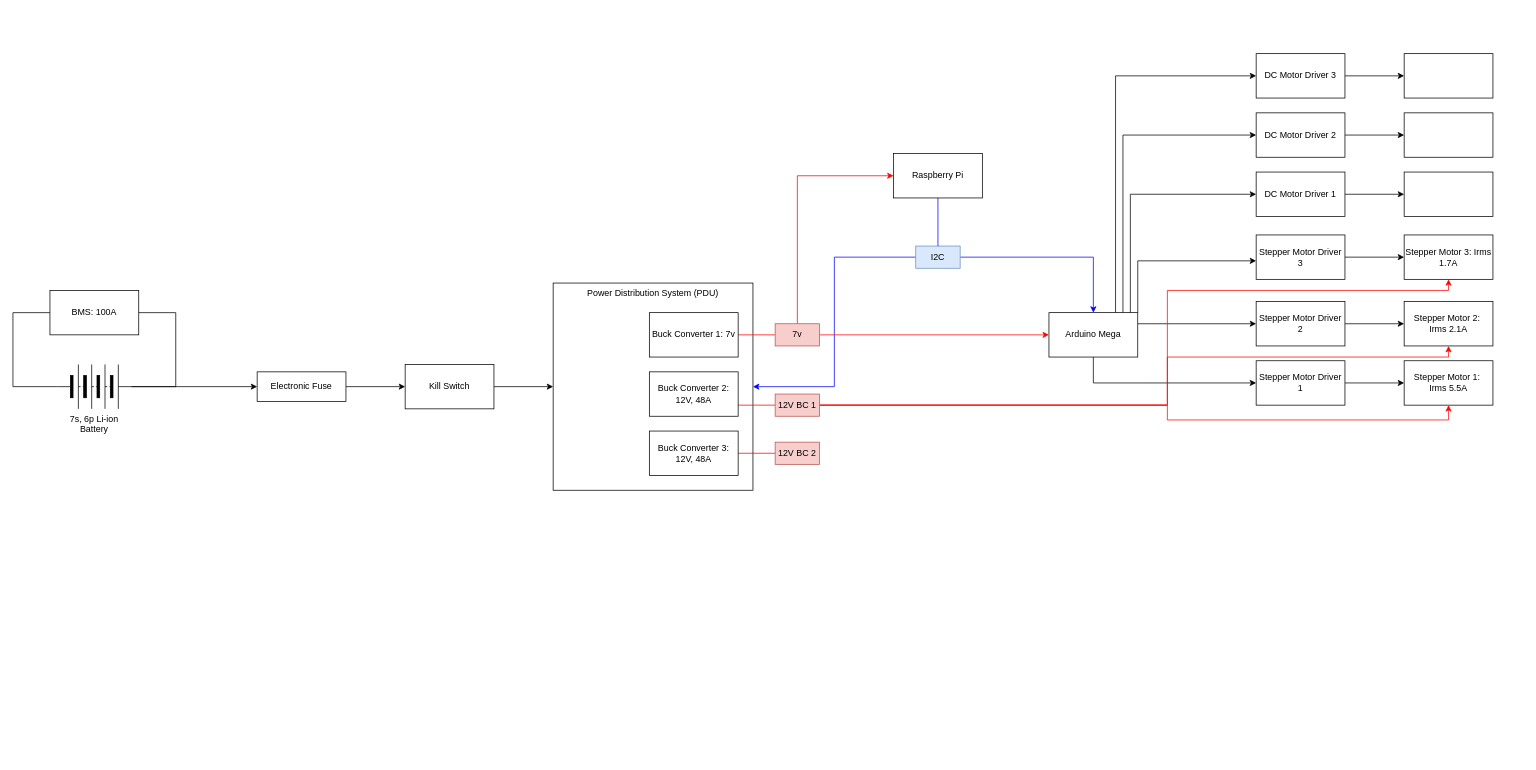
Above: Circuit-Diagram.drawio in Uvic-Robotics-Club/Circuit-Diagram (draw.io), before the change. Source tidied: cells renumbered, new cells numbered last; positions are measured from the earlier drawing's top-left corner, leaving out a move shared by most shapes. Both pictures are drawn from the tidied source at 74%, with x=0, y=0 at pixel (13, 53).
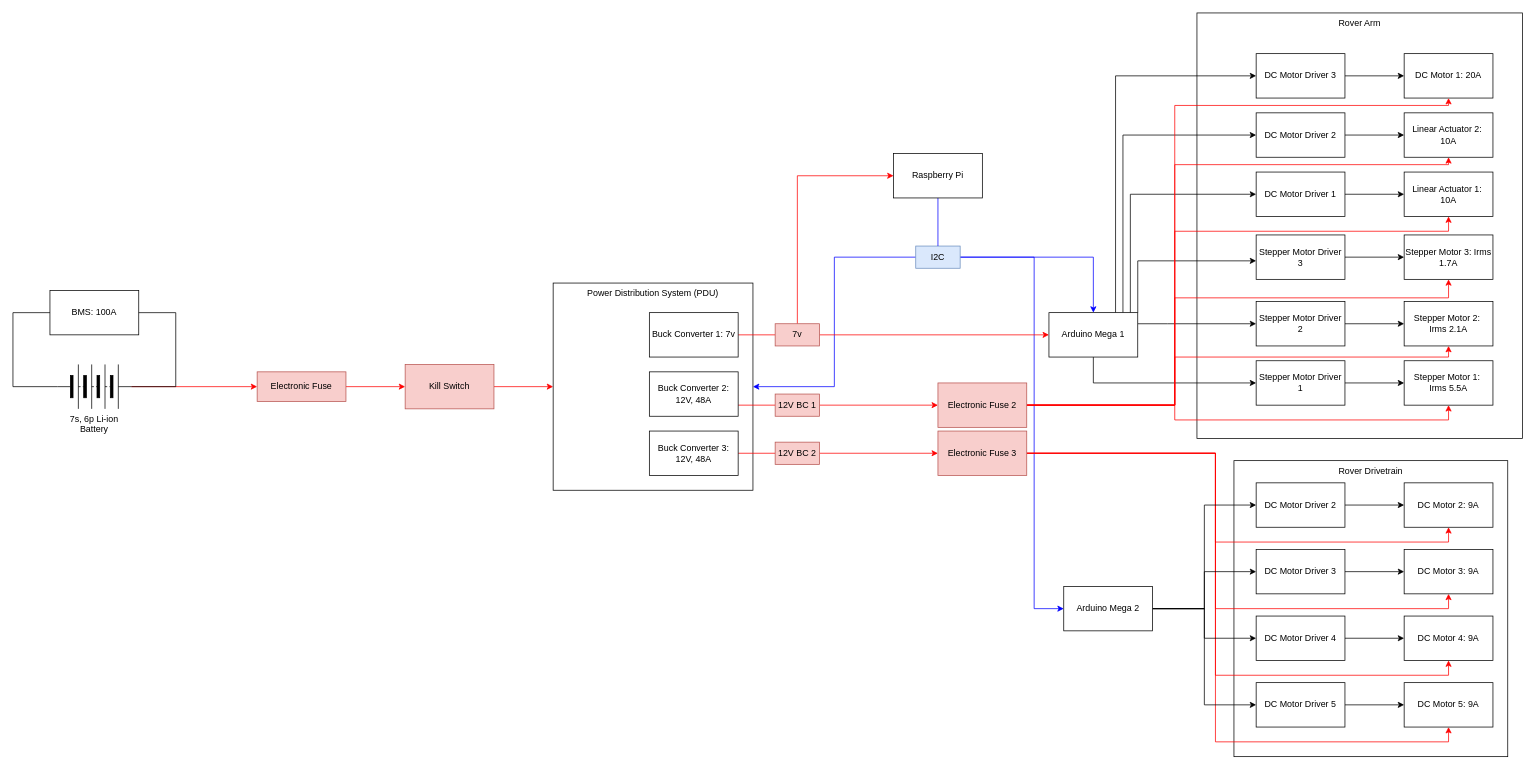
The same diagram, later.

Unchanged cells that the change refers to:
```xml
<mxCell id="5" value="7s, 6p Li-ion Battery" style="verticalLabelPosition=bottom;shadow=0;dashed=0;align=center;html=1;verticalAlign=top;shape=mxgraph.electrical.miscellaneous.batteryStack;whiteSpace=wrap;" parent="1" vertex="1">
  <mxGeometry x="60" y="420" width="100" height="60" as="geometry" />
</mxCell>
<mxCell id="13" value="Power Distribution System (PDU)" style="whiteSpace=wrap;html=1;shadow=0;dashed=0;verticalAlign=top;" parent="1" vertex="1">
  <mxGeometry x="730" y="310" width="270" height="280" as="geometry" />
</mxCell>
<mxCell id="20" value="Stepper Motor 1:&amp;nbsp; Irms 5.5A" style="whiteSpace=wrap;html=1;rounded=0;" parent="1" vertex="1">
  <mxGeometry x="1880" y="415" width="120" height="60" as="geometry" />
</mxCell>
<mxCell id="23" value="I2C" style="text;html=1;strokeColor=#6c8ebf;fillColor=#dae8fc;align=center;verticalAlign=middle;whiteSpace=wrap;rounded=0;" parent="1" vertex="1">
  <mxGeometry x="1220" y="260" width="60" height="30" as="geometry" />
</mxCell>
<mxCell id="39" value="12V BC 1" style="text;html=1;strokeColor=#b85450;fillColor=#f8cecc;align=center;verticalAlign=middle;whiteSpace=wrap;rounded=0;" parent="1" vertex="1">
  <mxGeometry x="1030" y="460" width="60" height="30" as="geometry" />
</mxCell>
<mxCell id="40" value="12V BC 2" style="text;html=1;strokeColor=#b85450;fillColor=#f8cecc;align=center;verticalAlign=middle;whiteSpace=wrap;rounded=0;" parent="1" vertex="1">
  <mxGeometry x="1030" y="525" width="60" height="30" as="geometry" />
</mxCell>
<mxCell id="43" value="Stepper Motor 2:&amp;nbsp; Irms 2.1A" style="whiteSpace=wrap;html=1;rounded=0;" parent="1" vertex="1">
  <mxGeometry x="1880" y="335" width="120" height="60" as="geometry" />
</mxCell>
<mxCell id="46" value="Stepper Motor 3: Irms 1.7A" style="whiteSpace=wrap;html=1;rounded=0;" parent="1" vertex="1">
  <mxGeometry x="1880" y="245" width="120" height="60" as="geometry" />
</mxCell>
<mxCell id="50" value="DC Motor Driver 2" style="whiteSpace=wrap;html=1;rounded=0;" parent="1" vertex="1">
  <mxGeometry x="1680" y="80" width="120" height="60" as="geometry" />
</mxCell>
<mxCell id="52" value="DC Motor Driver 3" style="whiteSpace=wrap;html=1;rounded=0;" parent="1" vertex="1">
  <mxGeometry x="1680" width="120" height="60" as="geometry" />
</mxCell>
```

The edit, as a diff of the source:
```diff
@@
+    <mxCell id="56" value="Rover Drivetrain" style="rounded=0;whiteSpace=wrap;html=1;fontColor=#000000;verticalAlign=top;" parent="1" vertex="1">
+      <mxGeometry x="1650" y="550" width="370" height="400" as="geometry" />
+    </mxCell>
+    <mxCell id="57" value="Rover Arm" style="rounded=0;whiteSpace=wrap;html=1;verticalAlign=top;" parent="1" vertex="1">
+      <mxGeometry x="1600" y="-55" width="440" height="575" as="geometry" />
+    </mxCell>
@@
-    <mxCell id="4" style="edgeStyle=orthogonalEdgeStyle;rounded=0;jettySize=auto;html=1;" parent="1" edge="1" source="5" target="10">
+    <mxCell id="4" style="edgeStyle=orthogonalEdgeStyle;rounded=0;jettySize=auto;html=1;fontColor=#FF0000;strokeColor=#FF0000;" parent="1" edge="1" source="5" target="10">
       <mxGeometry relative="1" as="geometry" />
     </mxCell>
@@
-    <mxCell id="9" style="edgeStyle=orthogonalEdgeStyle;rounded=0;jettySize=auto;html=1;" parent="1" edge="1" source="10" target="12">
+    <mxCell id="9" style="edgeStyle=orthogonalEdgeStyle;rounded=0;jettySize=auto;html=1;strokeColor=#FF0000;" parent="1" edge="1" source="10" target="12">
       <mxGeometry relative="1" as="geometry" />
     </mxCell>
-    <mxCell id="10" value="Electronic Fuse" style="whiteSpace=wrap;verticalAlign=middle;shadow=0;dashed=0;" parent="1" vertex="1">
+    <mxCell id="10" value="Electronic Fuse" style="whiteSpace=wrap;verticalAlign=middle;shadow=0;dashed=0;fillColor=#f8cecc;strokeColor=#b85450;" parent="1" vertex="1">
       <mxGeometry x="330" y="430" width="120" height="40" as="geometry" />
     </mxCell>
-    <mxCell id="11" style="edgeStyle=orthogonalEdgeStyle;rounded=0;jettySize=auto;html=1;" parent="1" edge="1" source="12" target="13">
+    <mxCell id="11" style="edgeStyle=orthogonalEdgeStyle;rounded=0;jettySize=auto;html=1;strokeColor=#FF0000;" parent="1" edge="1" source="12" target="13">
       <mxGeometry relative="1" as="geometry" />
     </mxCell>
-    <mxCell id="12" value="Kill Switch" style="whiteSpace=wrap;html=1;verticalAlign=middle;shadow=0;dashed=0;" parent="1" vertex="1">
+    <mxCell id="12" value="Kill Switch" style="whiteSpace=wrap;html=1;verticalAlign=middle;shadow=0;dashed=0;fillColor=#f8cecc;strokeColor=#b85450;" parent="1" vertex="1">
       <mxGeometry x="530" y="420" width="120" height="60" as="geometry" />
     </mxCell>
@@
+    <mxCell id="58" style="edgeStyle=orthogonalEdgeStyle;rounded=0;jettySize=auto;html=1;entryX=0;entryY=0.5;entryDx=0;entryDy=0;fontColor=#FF0000;strokeColor=#0000FF;" parent="1" edge="1" source="23" target="89">
+      <mxGeometry relative="1" as="geometry">
+        <Array as="points">
+          <mxPoint x="1380" y="275" />
+          <mxPoint x="1380" y="750" />
+        </Array>
+      </mxGeometry>
+    </mxCell>
@@
+    <mxCell id="31" style="edgeStyle=orthogonalEdgeStyle;rounded=0;jettySize=auto;html=1;startArrow=none;startFill=0;endArrow=classic;endFill=1;strokeColor=#000000;" parent="1" edge="1" source="32" target="52">
+      <mxGeometry relative="1" as="geometry">
+        <Array as="points">
+          <mxPoint x="1490" y="30" />
+        </Array>
+      </mxGeometry>
+    </mxCell>
-    <mxCell id="30" style="edgeStyle=orthogonalEdgeStyle;rounded=0;jettySize=auto;html=1;startArrow=none;startFill=0;endArrow=classic;endFill=1;strokeColor=#000000;" parent="1" edge="1" source="32" target="50">
+    <mxCell id="30" style="edgeStyle=orthogonalEdgeStyle;rounded=0;jettySize=auto;html=1;entryX=0;entryY=0.5;entryDx=0;entryDy=0;fontColor=#FF0000;strokeColor=#000000;" parent="1" edge="1" source="32" target="50">
       <mxGeometry relative="1" as="geometry">
         <Array as="points">
           <mxPoint x="1500" y="110" />
         </Array>
       </mxGeometry>
     </mxCell>
-    <mxCell id="31" style="edgeStyle=orthogonalEdgeStyle;rounded=0;jettySize=auto;html=1;startArrow=none;startFill=0;endArrow=classic;endFill=1;strokeColor=#000000;" parent="1" edge="1" source="32" target="52">
-      <mxGeometry relative="1" as="geometry">
-        <Array as="points">
-          <mxPoint x="1490" y="30" />
-        </Array>
-      </mxGeometry>
-    </mxCell>
-    <mxCell id="32" value="Arduino Mega" style="whiteSpace=wrap;html=1;rounded=0;" parent="1" vertex="1">
+    <mxCell id="32" value="Arduino Mega 1" style="whiteSpace=wrap;html=1;rounded=0;" parent="1" vertex="1">
       <mxGeometry x="1400" y="350" width="120" height="60" as="geometry" />
     </mxCell>
@@
-    <mxCell id="36" style="edgeStyle=orthogonalEdgeStyle;rounded=0;jettySize=auto;html=1;entryX=0.5;entryY=1;entryDx=0;entryDy=0;startArrow=none;startFill=0;endArrow=classic;endFill=1;strokeColor=#FF0000;" parent="1" edge="1" source="39" target="20">
-      <mxGeometry relative="1" as="geometry">
-        <Array as="points">
-          <mxPoint x="1560" y="475" />
-          <mxPoint x="1560" y="495" />
-          <mxPoint x="1940" y="495" />
-        </Array>
-      </mxGeometry>
-    </mxCell>
-    <mxCell id="37" style="edgeStyle=orthogonalEdgeStyle;rounded=0;jettySize=auto;html=1;startArrow=none;startFill=0;endArrow=classic;endFill=1;strokeColor=#FF0000;entryX=0.5;entryY=1;entryDx=0;entryDy=0;" parent="1" edge="1" source="39" target="43">
-      <mxGeometry relative="1" as="geometry">
-        <Array as="points">
-          <mxPoint x="1560" y="475" />
-          <mxPoint x="1560" y="410" />
-          <mxPoint x="1940" y="410" />
-        </Array>
-      </mxGeometry>
-    </mxCell>
-    <mxCell id="38" style="edgeStyle=orthogonalEdgeStyle;rounded=0;jettySize=auto;html=1;entryX=0.5;entryY=1;entryDx=0;entryDy=0;startArrow=none;startFill=0;endArrow=classic;endFill=1;strokeColor=#FF0000;" parent="1" edge="1" source="39" target="46">
-      <mxGeometry relative="1" as="geometry">
-        <Array as="points">
-          <mxPoint x="1560" y="475" />
-          <mxPoint x="1560" y="320" />
-          <mxPoint x="1940" y="320" />
-        </Array>
-      </mxGeometry>
-    </mxCell>
+    <mxCell id="59" style="edgeStyle=orthogonalEdgeStyle;rounded=0;jettySize=auto;html=1;entryX=0;entryY=0.5;entryDx=0;entryDy=0;fontColor=#FF0000;strokeColor=#FF0000;" parent="1" edge="1" source="39" target="73">
+      <mxGeometry relative="1" as="geometry" />
+    </mxCell>
@@
+    <mxCell id="60" style="edgeStyle=orthogonalEdgeStyle;rounded=0;jettySize=auto;html=1;entryX=0;entryY=0.5;entryDx=0;entryDy=0;fontColor=#FF0000;strokeColor=#FF0000;" parent="1" edge="1" source="40" target="78">
+      <mxGeometry relative="1" as="geometry" />
+    </mxCell>
@@
-    <mxCell id="53" style="whiteSpace=wrap;html=1;rounded=0;" parent="1" vertex="1">
+    <mxCell id="53" value="Linear Actuator 1:&amp;nbsp; 10A" style="whiteSpace=wrap;html=1;rounded=0;" parent="1" vertex="1">
       <mxGeometry x="1880" y="160" width="120" height="60" as="geometry" />
     </mxCell>
-    <mxCell id="54" style="whiteSpace=wrap;html=1;rounded=0;" parent="1" vertex="1">
+    <mxCell id="54" value="Linear Actuator 2:&amp;nbsp; 10A" style="whiteSpace=wrap;html=1;rounded=0;" parent="1" vertex="1">
       <mxGeometry x="1880" y="80" width="120" height="60" as="geometry" />
     </mxCell>
-    <mxCell id="55" style="whiteSpace=wrap;html=1;rounded=0;" parent="1" vertex="1">
+    <mxCell id="55" value="DC Motor 1: 20A" style="whiteSpace=wrap;html=1;rounded=0;" parent="1" vertex="1">
       <mxGeometry x="1880" width="120" height="60" as="geometry" />
     </mxCell>
+    <mxCell id="61" style="edgeStyle=orthogonalEdgeStyle;rounded=0;jettySize=auto;html=1;fontColor=#FF0000;strokeColor=#000000;" parent="1" edge="1" source="62" target="81">
+      <mxGeometry relative="1" as="geometry" />
+    </mxCell>
+    <mxCell id="62" value="DC Motor Driver 2" style="rounded=0;whiteSpace=wrap;html=1;" parent="1" vertex="1">
+      <mxGeometry x="1680" y="580" width="120" height="60" as="geometry" />
+    </mxCell>
+    <mxCell id="63" style="edgeStyle=orthogonalEdgeStyle;rounded=0;jettySize=auto;html=1;fontColor=#FF0000;strokeColor=#000000;" parent="1" edge="1" source="64" target="82">
+      <mxGeometry relative="1" as="geometry" />
+    </mxCell>
+    <mxCell id="64" value="DC Motor Driver 3" style="rounded=0;whiteSpace=wrap;html=1;" parent="1" vertex="1">
+      <mxGeometry x="1680" y="670" width="120" height="60" as="geometry" />
+    </mxCell>
+    <mxCell id="65" style="edgeStyle=orthogonalEdgeStyle;rounded=0;jettySize=auto;html=1;fontColor=#FF0000;strokeColor=#000000;" parent="1" edge="1" source="66" target="83">
+      <mxGeometry relative="1" as="geometry" />
+    </mxCell>
+    <mxCell id="66" value="DC Motor Driver 4" style="rounded=0;whiteSpace=wrap;html=1;" parent="1" vertex="1">
+      <mxGeometry x="1680" y="760" width="120" height="60" as="geometry" />
+    </mxCell>
+    <mxCell id="67" style="edgeStyle=orthogonalEdgeStyle;rounded=0;jettySize=auto;html=1;entryX=0.5;entryY=1;entryDx=0;entryDy=0;fontColor=#FF0000;strokeColor=#FF0000;" parent="1" edge="1" source="73" target="20">
+      <mxGeometry relative="1" as="geometry">
+        <Array as="points">
+          <mxPoint x="1570" y="475" />
+          <mxPoint x="1570" y="495" />
+          <mxPoint x="1940" y="495" />
+        </Array>
+      </mxGeometry>
+    </mxCell>
+    <mxCell id="68" style="edgeStyle=orthogonalEdgeStyle;rounded=0;jettySize=auto;html=1;entryX=0.5;entryY=1;entryDx=0;entryDy=0;fontColor=#FF0000;strokeColor=#FF0000;" parent="1" edge="1" source="73" target="43">
+      <mxGeometry relative="1" as="geometry">
+        <Array as="points">
+          <mxPoint x="1570" y="475" />
+          <mxPoint x="1570" y="410" />
+          <mxPoint x="1940" y="410" />
+        </Array>
+      </mxGeometry>
+    </mxCell>
+    <mxCell id="69" style="edgeStyle=orthogonalEdgeStyle;rounded=0;jettySize=auto;html=1;entryX=0.5;entryY=1;entryDx=0;entryDy=0;fontColor=#FF0000;strokeColor=#FF0000;" parent="1" edge="1" source="73" target="46">
+      <mxGeometry relative="1" as="geometry">
+        <Array as="points">
+          <mxPoint x="1570" y="475" />
+          <mxPoint x="1570" y="330" />
+          <mxPoint x="1940" y="330" />
+        </Array>
+      </mxGeometry>
+    </mxCell>
+    <mxCell id="70" style="edgeStyle=orthogonalEdgeStyle;rounded=0;jettySize=auto;html=1;entryX=0.5;entryY=1;entryDx=0;entryDy=0;fontColor=#FF0000;strokeColor=#FF0000;" parent="1" edge="1" source="73" target="53">
+      <mxGeometry relative="1" as="geometry">
+        <Array as="points">
+          <mxPoint x="1570" y="475" />
+          <mxPoint x="1570" y="240" />
+          <mxPoint x="1940" y="240" />
+        </Array>
+      </mxGeometry>
+    </mxCell>
+    <mxCell id="71" style="edgeStyle=orthogonalEdgeStyle;rounded=0;jettySize=auto;html=1;entryX=0.5;entryY=1;entryDx=0;entryDy=0;fontColor=#FF0000;strokeColor=#FF0000;" parent="1" edge="1" source="73" target="54">
+      <mxGeometry relative="1" as="geometry">
+        <Array as="points">
+          <mxPoint x="1570" y="475" />
+          <mxPoint x="1570" y="150" />
+          <mxPoint x="1940" y="150" />
+        </Array>
+      </mxGeometry>
+    </mxCell>
+    <mxCell id="72" style="edgeStyle=orthogonalEdgeStyle;rounded=0;jettySize=auto;html=1;entryX=0.5;entryY=1;entryDx=0;entryDy=0;fontColor=#FF0000;strokeColor=#FF0000;" parent="1" edge="1" source="73" target="55">
+      <mxGeometry relative="1" as="geometry">
+        <Array as="points">
+          <mxPoint x="1570" y="475" />
+          <mxPoint x="1570" y="70" />
+          <mxPoint x="1940" y="70" />
+        </Array>
+      </mxGeometry>
+    </mxCell>
+    <mxCell id="73" value="Electronic Fuse 2" style="rounded=0;whiteSpace=wrap;html=1;fillColor=#f8cecc;strokeColor=#b85450;" parent="1" vertex="1">
+      <mxGeometry x="1250" y="445" width="120" height="60" as="geometry" />
+    </mxCell>
+    <mxCell id="74" style="edgeStyle=orthogonalEdgeStyle;rounded=0;jettySize=auto;html=1;entryX=0.5;entryY=1;entryDx=0;entryDy=0;fontColor=#FF0000;strokeColor=#FF0000;" parent="1" edge="1" source="78" target="81">
+      <mxGeometry relative="1" as="geometry" />
+    </mxCell>
+    <mxCell id="75" style="edgeStyle=orthogonalEdgeStyle;rounded=0;jettySize=auto;html=1;entryX=0.5;entryY=1;entryDx=0;entryDy=0;fontColor=#FF0000;strokeColor=#FF0000;" parent="1" edge="1" source="78" target="82">
+      <mxGeometry relative="1" as="geometry" />
+    </mxCell>
+    <mxCell id="76" style="edgeStyle=orthogonalEdgeStyle;rounded=0;jettySize=auto;html=1;entryX=0.5;entryY=1;entryDx=0;entryDy=0;fontColor=#FF0000;strokeColor=#FF0000;" parent="1" edge="1" source="78" target="83">
+      <mxGeometry relative="1" as="geometry" />
+    </mxCell>
+    <mxCell id="77" style="edgeStyle=orthogonalEdgeStyle;rounded=0;jettySize=auto;html=1;entryX=0.5;entryY=1;entryDx=0;entryDy=0;fontColor=#FF0000;strokeColor=#FF0000;" parent="1" edge="1" source="78" target="84">
+      <mxGeometry relative="1" as="geometry" />
+    </mxCell>
+    <mxCell id="78" value="Electronic Fuse 3" style="rounded=0;whiteSpace=wrap;html=1;fillColor=#f8cecc;strokeColor=#b85450;" parent="1" vertex="1">
+      <mxGeometry x="1250" y="510" width="120" height="60" as="geometry" />
+    </mxCell>
+    <mxCell id="79" style="edgeStyle=orthogonalEdgeStyle;rounded=0;jettySize=auto;html=1;fontColor=#FF0000;strokeColor=#000000;" parent="1" edge="1" source="80" target="84">
+      <mxGeometry relative="1" as="geometry" />
+    </mxCell>
+    <mxCell id="80" value="DC Motor Driver 5" style="rounded=0;whiteSpace=wrap;html=1;" parent="1" vertex="1">
+      <mxGeometry x="1680" y="850" width="120" height="60" as="geometry" />
+    </mxCell>
+    <mxCell id="81" value="DC Motor 2: 9A" style="whiteSpace=wrap;html=1;rounded=0;" parent="1" vertex="1">
+      <mxGeometry x="1880" y="580" width="120" height="60" as="geometry" />
+    </mxCell>
+    <mxCell id="82" value="DC Motor 3: 9A" style="whiteSpace=wrap;html=1;rounded=0;" parent="1" vertex="1">
+      <mxGeometry x="1880" y="670" width="120" height="60" as="geometry" />
+    </mxCell>
+    <mxCell id="83" value="DC Motor 4: 9A" style="whiteSpace=wrap;html=1;rounded=0;" parent="1" vertex="1">
+      <mxGeometry x="1880" y="760" width="120" height="60" as="geometry" />
+    </mxCell>
+    <mxCell id="84" value="DC Motor 5: 9A" style="whiteSpace=wrap;html=1;rounded=0;" parent="1" vertex="1">
+      <mxGeometry x="1880" y="850" width="120" height="60" as="geometry" />
+    </mxCell>
+    <mxCell id="85" style="edgeStyle=orthogonalEdgeStyle;rounded=0;jettySize=auto;html=1;fontColor=#FF0000;strokeColor=#000000;" parent="1" edge="1" source="89" target="64">
+      <mxGeometry relative="1" as="geometry" />
+    </mxCell>
+    <mxCell id="86" style="edgeStyle=orthogonalEdgeStyle;rounded=0;jettySize=auto;html=1;entryX=0;entryY=0.5;entryDx=0;entryDy=0;fontColor=#FF0000;strokeColor=#000000;" parent="1" edge="1" source="89" target="66">
+      <mxGeometry relative="1" as="geometry" />
+    </mxCell>
+    <mxCell id="87" style="edgeStyle=orthogonalEdgeStyle;rounded=0;jettySize=auto;html=1;entryX=0;entryY=0.5;entryDx=0;entryDy=0;fontColor=#FF0000;strokeColor=#000000;" parent="1" edge="1" source="89" target="80">
+      <mxGeometry relative="1" as="geometry" />
+    </mxCell>
+    <mxCell id="88" style="edgeStyle=orthogonalEdgeStyle;rounded=0;jettySize=auto;html=1;entryX=0;entryY=0.5;entryDx=0;entryDy=0;fontColor=#FF0000;strokeColor=#000000;" parent="1" edge="1" source="89" target="62">
+      <mxGeometry relative="1" as="geometry" />
+    </mxCell>
+    <mxCell id="89" value="Arduino Mega 2" style="whiteSpace=wrap;html=1;rounded=0;" parent="1" vertex="1">
+      <mxGeometry x="1420" y="720" width="120" height="60" as="geometry" />
+    </mxCell>
```
